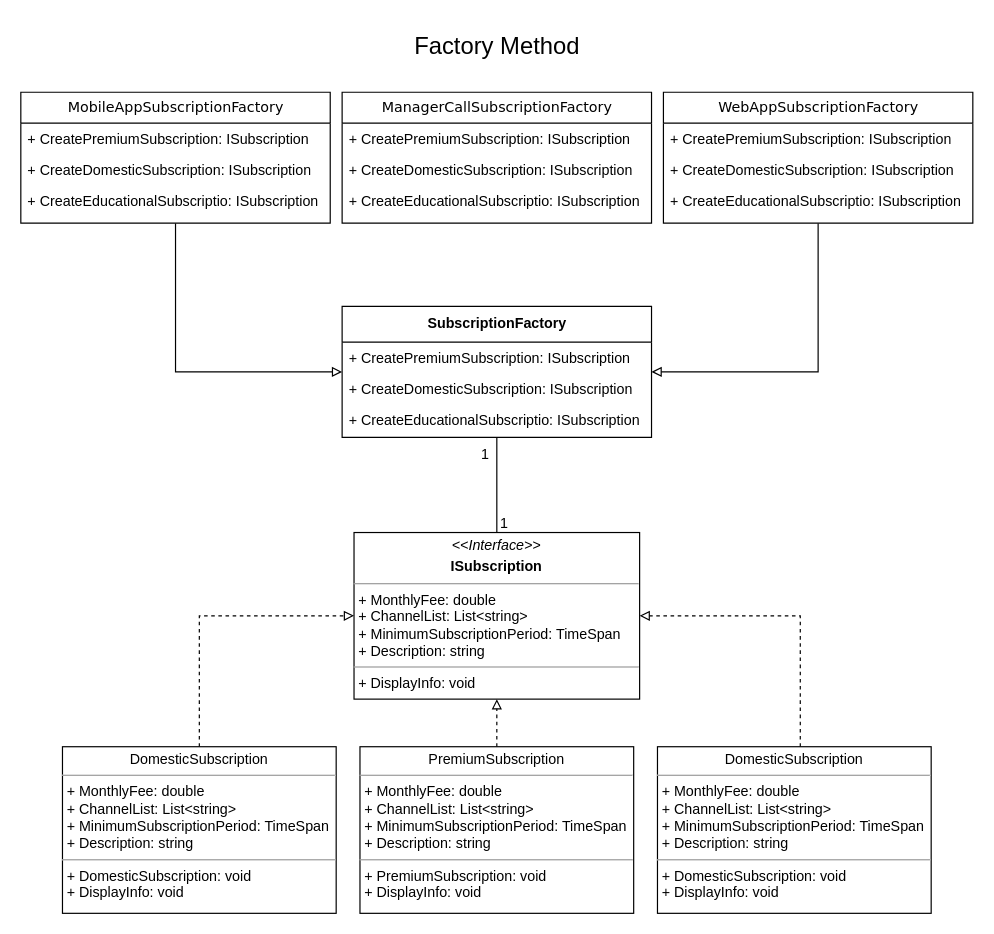
This is FactoryMethod/FactoryMethod.drawio.xml from FearlessAtom/software-design, a draw.io file, before an edit. Source tidied: cells renumbered, new cells numbered last; positions are measured from the earlier drawing's top-left corner, leaving out a move shared by most shapes. Both pictures are drawn from the tidied source at 119%, with x=0, y=0 at pixel (20, 20).
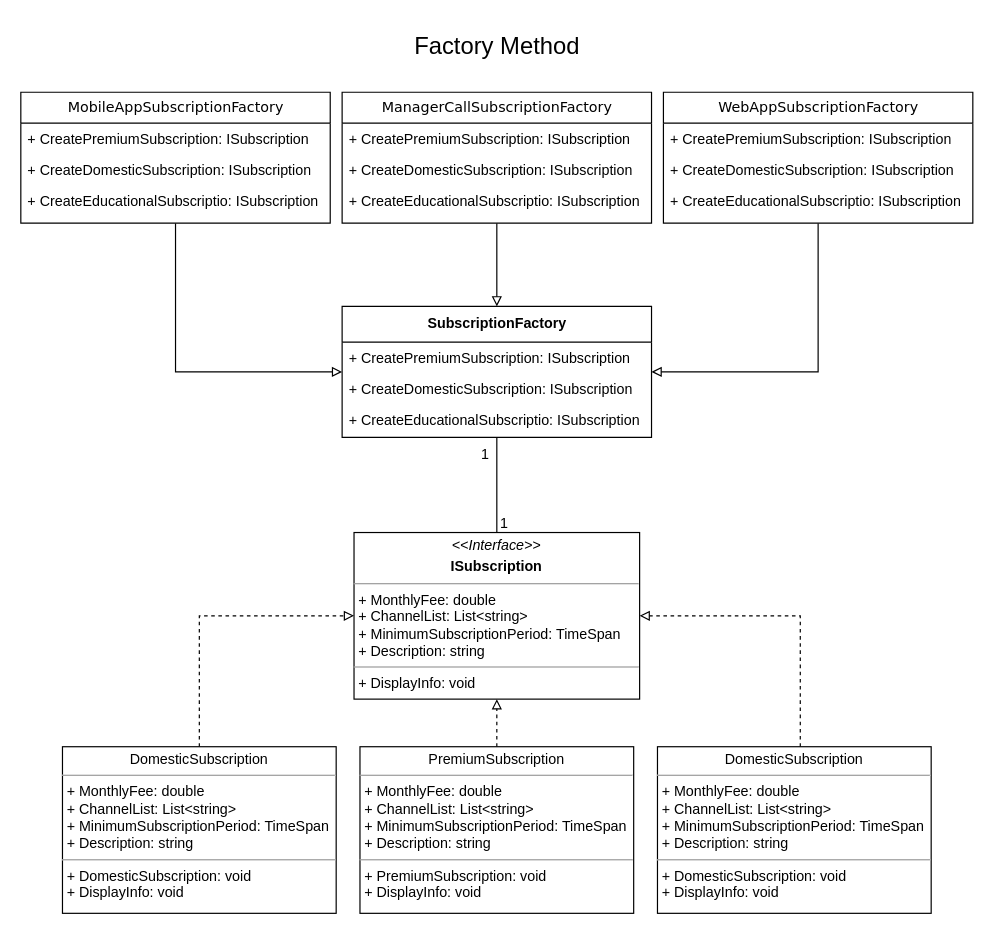
Above is the later version.

Unchanged cells that the change refers to:
```xml
<mxCell id="2" value="&lt;font style=&quot;font-size: 12px;&quot;&gt;ManagerCallSubscriptionFactory&lt;/font&gt;" style="swimlane;html=1;fontStyle=0;horizontal=1;startSize=26;fillColor=none;swimlaneFillColor=#ffffff;rounded=0;shadow=0;comic=0;labelBackgroundColor=none;strokeWidth=1;fontFamily=Verdana;fontSize=10;align=center;" parent="1" vertex="1">
  <mxGeometry x="270" y="60" width="260" height="110" as="geometry" />
</mxCell>
<mxCell id="24" value="&lt;div&gt;&lt;font face=&quot;Helvetica&quot; style=&quot;font-size: 12px;&quot;&gt;&lt;b&gt;SubscriptionFactory&lt;/b&gt;&lt;/font&gt;&lt;/div&gt;" style="swimlane;html=1;fontStyle=0;horizontal=1;startSize=30;fillColor=none;swimlaneFillColor=#ffffff;rounded=0;shadow=0;comic=0;labelBackgroundColor=none;strokeWidth=1;fontFamily=Verdana;fontSize=10;align=center;" parent="1" vertex="1">
  <mxGeometry x="270" y="240" width="260" height="110" as="geometry" />
</mxCell>
```

Diff of the diagram source:
```diff
@@
+    <mxCell id="31" style="edgeStyle=orthogonalEdgeStyle;rounded=0;jettySize=auto;html=1;entryX=0.5;entryY=0;entryDx=0;entryDy=0;endArrow=block;endFill=0;" parent="1" edge="1" source="2" target="24">
+      <mxGeometry relative="1" as="geometry" />
+    </mxCell>
```
